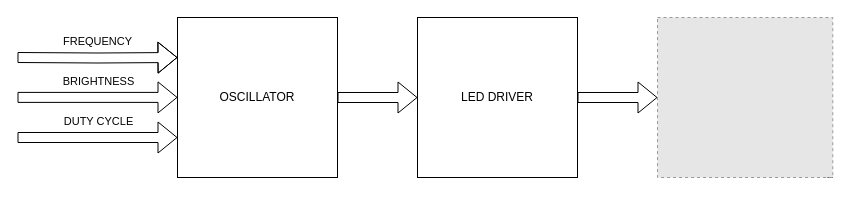
DrCoolzic/MorpheusHypnoLight keeps this draw.io diagram as doc/images/LED Control.drawio. Above is the earlier version. Source tidied: cells renumbered, new cells numbered last; positions are measured from the earlier drawing's top-left corner, leaving out a move shared by most shapes. Both pictures are drawn from the tidied source at 100%, with x=0, y=0 at pixel (17, 17). Pictures stored in the file or linked from it are replaced by grey dashed boxes.
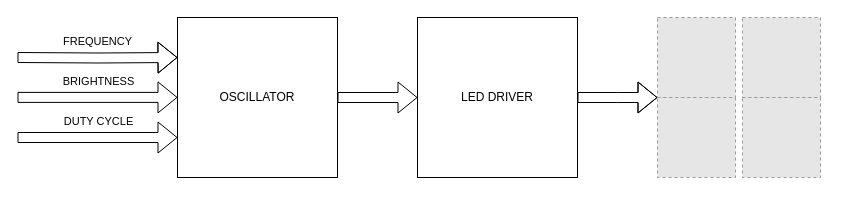
The same page after the edit.

Commit message (it also covers changes not shown here):
Added schematic updated spec

What changed in the source:
```diff
@@
 <mxGraphModel>
   <root>
     <mxCell id="0" />
     <mxCell id="1" parent="0" />
-    <mxCell id="2" style="edgeStyle=orthogonalEdgeStyle;rounded=0;jettySize=auto;html=1;exitX=1;exitY=1;exitDx=0;exitDy=0;" parent="1" edge="1" source="3">
-      <mxGeometry relative="1" as="geometry">
-        <mxPoint x="810" y="130" as="targetPoint" />
-      </mxGeometry>
-    </mxCell>
-    <mxCell id="3" style="fillColor=#E6E6E6;strokeColor=#999999;dashed=1;verticalLabelPosition=bottom;labelBackgroundColor=default;verticalAlign=top;" parent="1" vertex="1">
-      <mxGeometry x="640" width="175.3" height="160" as="geometry" />
-    </mxCell>
-    <mxCell id="4" style="edgeStyle=orthogonalEdgeStyle;shape=flexArrow;rounded=0;jettySize=auto;html=1;exitX=1;exitY=0.5;exitDx=0;exitDy=0;entryX=0;entryY=0.5;entryDx=0;entryDy=0;" parent="1" edge="1" source="5" target="3">
-      <mxGeometry relative="1" as="geometry" />
+    <mxCell id="4" style="edgeStyle=orthogonalEdgeStyle;shape=flexArrow;rounded=0;jettySize=auto;html=1;exitX=1;exitY=0.5;exitDx=0;exitDy=0;entryX=0;entryY=0.5;entryDx=0;entryDy=0;" parent="1" edge="1" source="5">
+      <mxGeometry relative="1" as="geometry">
+        <mxPoint x="640" y="80" as="targetPoint" />
+      </mxGeometry>
     </mxCell>
     <mxCell id="5" value="LED DRIVER" style="whiteSpace=wrap;html=1;" parent="1" vertex="1">
       <mxGeometry x="400" width="160" height="160" as="geometry" />
     </mxCell>
     <mxCell id="6" value="FREQUENCY" style="edgeStyle=orthogonalEdgeStyle;shape=flexArrow;rounded=0;jettySize=auto;html=1;exitX=0;exitY=0.25;exitDx=0;exitDy=0;entryX=0;entryY=0.25;entryDx=0;entryDy=0;" parent="1" edge="1" target="8">
       <mxGeometry x="0.01" y="16" relative="1" as="geometry">
         <mxPoint y="40" as="sourcePoint" />
       </mxGeometry>
     </mxCell>
     <mxCell id="7" style="edgeStyle=orthogonalEdgeStyle;shape=flexArrow;rounded=0;jettySize=auto;html=1;exitX=1;exitY=0.5;exitDx=0;exitDy=0;entryX=0;entryY=0.5;entryDx=0;entryDy=0;" parent="1" edge="1" source="8" target="5">
       <mxGeometry relative="1" as="geometry" />
     </mxCell>
     <mxCell id="8" value="OSCILLATOR" style="whiteSpace=wrap;html=1;" parent="1" vertex="1">
       <mxGeometry x="160" width="160" height="160" as="geometry" />
     </mxCell>
     <mxCell id="9" value="BRIGHTNESS" style="edgeStyle=orthogonalEdgeStyle;shape=flexArrow;rounded=0;orthogonalLoop=1;jettySize=auto;html=1;exitX=0;exitY=0.25;exitDx=0;exitDy=0;entryX=0;entryY=0.25;entryDx=0;entryDy=0;" parent="1" edge="1">
       <mxGeometry x="0.01" y="16" relative="1" as="geometry">
         <mxPoint y="79.9" as="sourcePoint" />
         <mxPoint x="160" y="79.9" as="targetPoint" />
       </mxGeometry>
     </mxCell>
     <mxCell id="10" value="DUTY CYCLE" style="edgeStyle=orthogonalEdgeStyle;shape=flexArrow;rounded=0;orthogonalLoop=1;jettySize=auto;html=1;exitX=0;exitY=0.25;exitDx=0;exitDy=0;entryX=0;entryY=0.25;entryDx=0;entryDy=0;" parent="1" edge="1">
       <mxGeometry x="0.01" y="16" relative="1" as="geometry">
         <mxPoint y="120" as="sourcePoint" />
         <mxPoint x="160" y="120" as="targetPoint" />
       </mxGeometry>
     </mxCell>
+    <mxCell id="11" style="group;" parent="1" vertex="1">
+      <mxGeometry x="640" width="170" height="160" as="geometry" />
+    </mxCell>
+    <mxCell id="12" style="fillColor=#E6E6E6;strokeColor=#999999;dashed=1;verticalLabelPosition=bottom;labelBackgroundColor=default;verticalAlign=top;" parent="11" vertex="1">
+      <mxGeometry width="78" height="80" as="geometry" />
+    </mxCell>
+    <mxCell id="13" style="fillColor=#E6E6E6;strokeColor=#999999;dashed=1;verticalLabelPosition=bottom;labelBackgroundColor=default;verticalAlign=top;" parent="11" vertex="1">
+      <mxGeometry x="85" width="78" height="80" as="geometry" />
+    </mxCell>
+    <mxCell id="14" style="fillColor=#E6E6E6;strokeColor=#999999;dashed=1;verticalLabelPosition=bottom;labelBackgroundColor=default;verticalAlign=top;" parent="11" vertex="1">
+      <mxGeometry x="85" y="80" width="78" height="80" as="geometry" />
+    </mxCell>
+    <mxCell id="15" style="fillColor=#E6E6E6;strokeColor=#999999;dashed=1;verticalLabelPosition=bottom;labelBackgroundColor=default;verticalAlign=top;" parent="11" vertex="1">
+      <mxGeometry y="80" width="78" height="80" as="geometry" />
+    </mxCell>
   </root>
 </mxGraphModel>
```
